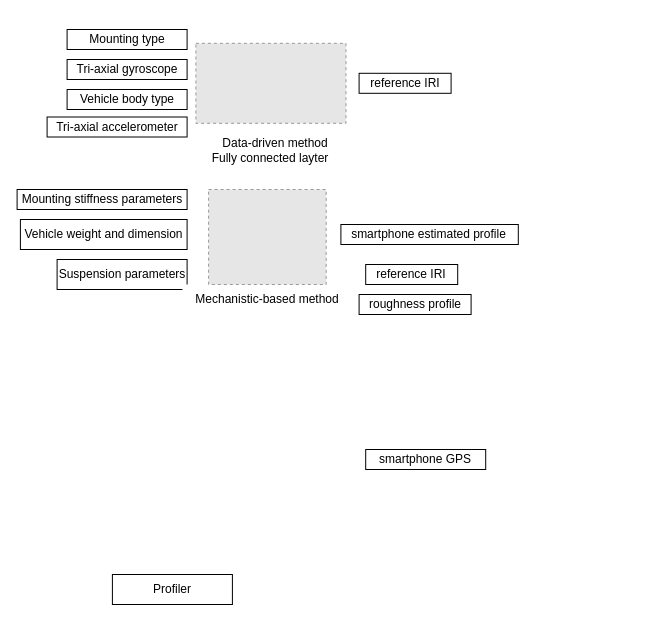
Before: page "Page-2" (2 of 3) of Untitled Diagram.drawio in qyu38/DL-paper, a draw.io diagram. Source tidied: cells renumbered, new cells numbered last; positions are measured from the earlier drawing's top-left corner, leaving out a move shared by most shapes. Both pictures are drawn from the tidied source at 100%, with x=0, y=0 at pixel (17, 29). Pictures stored in the file or linked from it are replaced by grey dashed boxes.
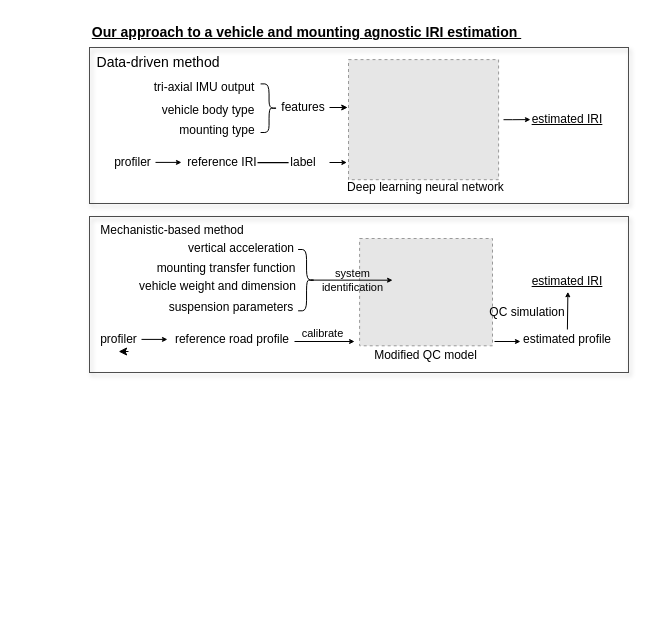
The same diagram, later.

Change to the diagram source:
```diff
@@
-<mxGraphModel>
+<mxGraphModel background="#ffffff">
@@
+    <mxCell id="20" style="rounded=0;whiteSpace=wrap;html=1;strokeColor=#4D4D4D;fillColor=none;shadow=1;" parent="1" vertex="1">
+      <mxGeometry x="72" y="18" width="539" height="156" as="geometry" />
+    </mxCell>
+    <mxCell id="14" style="fillColor=#E6E6E6;strokeColor=#999999;dashed=1;verticalLabelPosition=bottom;labelBackgroundColor=default;verticalAlign=top;fontColor=#000000;" parent="1" vertex="1">
+      <mxGeometry x="331" y="30.1" width="150.1" height="120.1" as="geometry" />
+    </mxCell>
+    <mxCell id="21" style="rounded=0;whiteSpace=wrap;html=1;fillColor=#FFFFFF;strokeColor=none;" parent="1" vertex="1">
+      <mxGeometry x="483" y="60.2" width="120" height="60" as="geometry" />
+    </mxCell>
+    <mxCell id="22" style="edgeStyle=orthogonalEdgeStyle;rounded=0;jettySize=auto;html=1;exitX=1;exitY=0.5;exitDx=0;exitDy=0;endArrow=none;endFill=0;strokeColor=#000000;startArrow=none;startFill=0;strokeWidth=1.25;" parent="1" edge="1" source="2" target="31">
+      <mxGeometry relative="1" as="geometry" />
+    </mxCell>
-    <mxCell id="2" value="reference IRI" style="rounded=0;whiteSpace=wrap;html=1;" parent="1" vertex="1">
-      <mxGeometry x="341.6" y="43.8" width="92" height="20" as="geometry" />
+    <mxCell id="2" value="reference IRI" style="rounded=0;whiteSpace=wrap;html=1;strokeColor=none;fillColor=none;fontColor=#000000;" parent="1" vertex="1">
+      <mxGeometry x="159.1" y="123" width="92" height="20" as="geometry" />
     </mxCell>
-    <mxCell id="3" value="Tri-axial accelerometer" style="rounded=0;whiteSpace=wrap;html=1;" parent="1" vertex="1">
-      <mxGeometry x="29.6" y="87.5" width="140" height="20" as="geometry" />
+    <mxCell id="3" value="tri-axial IMU output" style="rounded=0;whiteSpace=wrap;html=1;strokeColor=none;fillColor=none;fontColor=#000000;" parent="1" vertex="1">
+      <mxGeometry x="117" y="48" width="140" height="20" as="geometry" />
     </mxCell>
-    <mxCell id="4" value="Tri-axial gyroscope" style="rounded=0;whiteSpace=wrap;html=1;" parent="1" vertex="1">
-      <mxGeometry x="49.6" y="30" width="120" height="20" as="geometry" />
-    </mxCell>
+    <mxCell id="23" style="edgeStyle=orthogonalEdgeStyle;rounded=0;jettySize=auto;html=1;exitX=0.5;exitY=0;exitDx=0;exitDy=0;strokeColor=#000000;endSize=3;" parent="1" edge="1" source="5">
+      <mxGeometry relative="1" as="geometry">
+        <mxPoint x="550.4" y="262.3" as="targetPoint" />
+      </mxGeometry>
+    </mxCell>
-    <mxCell id="5" value="smartphone estimated profile" style="rounded=0;whiteSpace=wrap;html=1;" parent="1" vertex="1">
-      <mxGeometry x="323.4" y="195" width="177.4" height="20" as="geometry" />
+    <mxCell id="5" value="estimated profile" style="rounded=0;whiteSpace=wrap;html=1;labelBackgroundColor=none;fillColor=none;strokeColor=none;fontColor=#000000;" parent="1" vertex="1">
+      <mxGeometry x="496.8" y="300" width="106.2" height="20" as="geometry" />
     </mxCell>
-    <mxCell id="6" value="Vehicle body type" style="rounded=0;whiteSpace=wrap;html=1;" parent="1" vertex="1">
-      <mxGeometry x="49.6" y="60" width="120" height="20" as="geometry" />
+    <mxCell id="6" value="vehicle body type" style="rounded=0;whiteSpace=wrap;html=1;strokeColor=none;fillColor=none;fontColor=#000000;" parent="1" vertex="1">
+      <mxGeometry x="131.1" y="71" width="120" height="20" as="geometry" />
     </mxCell>
-    <mxCell id="7" value="Vehicle weight and dimension" style="rounded=0;whiteSpace=wrap;html=1;" parent="1" vertex="1">
-      <mxGeometry x="2.9" y="190" width="166.7" height="30" as="geometry" />
+    <mxCell id="7" value="vehicle weight and dimension" style="rounded=0;whiteSpace=wrap;html=1;fillColor=none;strokeColor=none;fontColor=#000000;" parent="1" vertex="1">
+      <mxGeometry x="116.7" y="242" width="166.7" height="30" as="geometry" />
     </mxCell>
-    <mxCell id="8" value="Suspension parameters" style="rounded=0;whiteSpace=wrap;html=1;" parent="1" vertex="1">
-      <mxGeometry x="39.6" y="230" width="130" height="30" as="geometry" />
+    <mxCell id="8" value="suspension parameters" style="rounded=0;whiteSpace=wrap;html=1;fillColor=none;strokeColor=none;fontColor=#000000;" parent="1" vertex="1">
+      <mxGeometry x="149" y="262.5" width="130" height="30" as="geometry" />
     </mxCell>
-    <mxCell id="9" value="Mounting type" style="rounded=0;whiteSpace=wrap;html=1;" parent="1" vertex="1">
-      <mxGeometry x="49.6" width="120" height="20" as="geometry" />
+    <mxCell id="9" value="mounting type" style="rounded=0;whiteSpace=wrap;html=1;strokeColor=none;fillColor=none;fontColor=#000000;" parent="1" vertex="1">
+      <mxGeometry x="140" y="91" width="120" height="20" as="geometry" />
     </mxCell>
-    <mxCell id="10" value="Profiler" style="rounded=0;whiteSpace=wrap;html=1;" parent="1" vertex="1">
-      <mxGeometry x="94.9" y="545" width="120" height="30" as="geometry" />
-    </mxCell>
-    <mxCell id="11" value="roughness profile" style="rounded=0;whiteSpace=wrap;html=1;" parent="1" vertex="1">
-      <mxGeometry x="341.6" y="265" width="112" height="20" as="geometry" />
-    </mxCell>
-    <mxCell id="12" value="Data-driven method" style="rounded=0;whiteSpace=wrap;html=1;strokeColor=none;" parent="1" vertex="1">
-      <mxGeometry x="193.4" y="98.8" width="130" height="30" as="geometry" />
+    <mxCell id="12" value="&lt;font style=&quot;font-size: 14px;&quot;&gt;Data-driven method&lt;/font&gt;" style="rounded=0;whiteSpace=wrap;html=1;strokeColor=none;fillColor=none;fontColor=#000000;" parent="1" vertex="1">
+      <mxGeometry x="76" y="18" width="130" height="30" as="geometry" />
     </mxCell>
-    <mxCell id="13" value="Mechanistic-based method" style="rounded=0;whiteSpace=wrap;html=1;strokeColor=none;" parent="1" vertex="1">
-      <mxGeometry x="164.9" y="255" width="170" height="30" as="geometry" />
+    <mxCell id="13" value="Mechanistic-based method" style="rounded=0;whiteSpace=wrap;html=1;labelBackgroundColor=none;fillColor=none;strokeColor=none;fontColor=#000000;" parent="1" vertex="1">
+      <mxGeometry x="70" y="186" width="170" height="30" as="geometry" />
     </mxCell>
-    <mxCell id="14" style="fillColor=#E6E6E6;strokeColor=#999999;dashed=1;verticalLabelPosition=bottom;labelBackgroundColor=default;verticalAlign=top;fontColor=#E3E3E3;" parent="1" vertex="1">
-      <mxGeometry x="178.4" y="13.8" width="150.1" height="80" as="geometry" />
-    </mxCell>
-    <mxCell id="15" value="Mounting stiffness parameters" style="rounded=0;whiteSpace=wrap;html=1;" parent="1" vertex="1">
-      <mxGeometry x="-0.4" y="160" width="170" height="20" as="geometry" />
+    <mxCell id="15" value="mounting transfer function" style="rounded=0;whiteSpace=wrap;html=1;fillColor=none;strokeColor=none;fontColor=#000000;" parent="1" vertex="1">
+      <mxGeometry x="123.9" y="229" width="170" height="20" as="geometry" />
     </mxCell>
+    <mxCell id="24" style="edgeStyle=orthogonalEdgeStyle;rounded=0;jettySize=auto;html=1;fontColor=default;strokeColor=none;labelBackgroundColor=none;" parent="1" edge="1" source="16">
+      <mxGeometry relative="1" as="geometry">
+        <mxPoint x="350" y="247" as="targetPoint" />
+      </mxGeometry>
+    </mxCell>
-    <mxCell id="16" style="fillColor=#E6E6E6;strokeColor=#999999;dashed=1;verticalLabelPosition=bottom;labelBackgroundColor=default;verticalAlign=top;" parent="1" vertex="1">
-      <mxGeometry x="191.1" y="160" width="117.6" height="95" as="geometry" />
+    <mxCell id="16" style="fillColor=#E6E6E6;strokeColor=#999999;dashed=1;verticalLabelPosition=bottom;labelBackgroundColor=none;verticalAlign=top;fontColor=default;" parent="1" vertex="1">
+      <mxGeometry x="342.1" y="209" width="132.9" height="107.3" as="geometry" />
     </mxCell>
-    <mxCell id="17" value="Fully connected layter" style="rounded=0;whiteSpace=wrap;html=1;strokeColor=none;" parent="1" vertex="1">
-      <mxGeometry x="193.4" y="118.8" width="120" height="20" as="geometry" />
-    </mxCell>
-    <mxCell id="18" value="reference IRI" style="rounded=0;whiteSpace=wrap;html=1;" parent="1" vertex="1">
-      <mxGeometry x="348.2" y="235" width="92" height="20" as="geometry" />
-    </mxCell>
-    <mxCell id="19" value="smartphone GPS" style="rounded=0;whiteSpace=wrap;html=1;" parent="1" vertex="1">
-      <mxGeometry x="348.2" y="420" width="120" height="20" as="geometry" />
-    </mxCell>
+    <mxCell id="25" style="edgeStyle=orthogonalEdgeStyle;rounded=0;jettySize=auto;html=1;exitX=0.5;exitY=0;exitDx=0;exitDy=0;fontColor=default;strokeColor=none;labelBackgroundColor=none;" parent="1" edge="1" source="44">
+      <mxGeometry relative="1" as="geometry">
+        <mxPoint x="533" y="275" as="targetPoint" />
+      </mxGeometry>
+    </mxCell>
+    <mxCell id="26" value="&lt;b&gt;&lt;font style=&quot;font-size: 14px;&quot; color=&quot;#000000&quot;&gt;&lt;u&gt;Our approach to a vehicle and mounting agnostic IRI estimation&amp;nbsp;&lt;/u&gt;&lt;/font&gt;&lt;/b&gt;" style="rounded=0;whiteSpace=wrap;html=1;strokeColor=none;fillColor=none;" parent="1" vertex="1">
+      <mxGeometry x="64.6" y="-12" width="449" height="30" as="geometry" />
+    </mxCell>
+    <mxCell id="27" style="shape=curlyBracket;whiteSpace=wrap;html=1;rounded=1;flipH=1;labelPosition=right;verticalLabelPosition=middle;align=left;verticalAlign=middle;fontColor=#000000;strokeColor=#000000;" parent="1" vertex="1">
+      <mxGeometry x="243.1" y="54.4" width="16.9" height="48.6" as="geometry" />
+    </mxCell>
+    <mxCell id="28" style="edgeStyle=orthogonalEdgeStyle;rounded=0;jettySize=auto;html=1;exitX=1;exitY=0.5;exitDx=0;exitDy=0;entryX=-0.005;entryY=0.404;entryDx=0;entryDy=0;entryPerimeter=0;strokeColor=#000000;endSize=4;" parent="1" edge="1" source="29" target="14">
+      <mxGeometry relative="1" as="geometry" />
+    </mxCell>
+    <mxCell id="29" value="features" style="rounded=0;whiteSpace=wrap;html=1;strokeColor=none;fillColor=none;fontColor=#000000;" parent="1" vertex="1">
+      <mxGeometry x="260" y="68" width="52" height="20" as="geometry" />
+    </mxCell>
+    <mxCell id="30" style="edgeStyle=orthogonalEdgeStyle;rounded=0;jettySize=auto;html=1;exitX=1;exitY=0.5;exitDx=0;exitDy=0;strokeColor=#000000;endSize=3;" parent="1" edge="1" source="31">
+      <mxGeometry relative="1" as="geometry">
+        <mxPoint x="329.4" y="133" as="targetPoint" />
+      </mxGeometry>
+    </mxCell>
+    <mxCell id="31" value="label" style="rounded=0;whiteSpace=wrap;html=1;strokeColor=none;fillColor=none;fontColor=#000000;" parent="1" vertex="1">
+      <mxGeometry x="260" y="123" width="52" height="20" as="geometry" />
+    </mxCell>
+    <mxCell id="32" value="reference road profile" style="rounded=0;whiteSpace=wrap;html=1;strokeColor=none;fillColor=none;fontColor=#000000;" parent="1" vertex="1">
+      <mxGeometry x="153.9" y="300" width="122.1" height="20" as="geometry" />
+    </mxCell>
+    <mxCell id="33" style="shape=curlyBracket;whiteSpace=wrap;html=1;rounded=1;flipH=1;labelPosition=right;verticalLabelPosition=middle;align=left;verticalAlign=middle;fontColor=#000000;strokeColor=#000000;" parent="1" vertex="1">
+      <mxGeometry x="280.6" y="220" width="16.9" height="61.3" as="geometry" />
+    </mxCell>
+    <mxCell id="34" value="Deep learning neural network" style="rounded=0;whiteSpace=wrap;html=1;fontColor=#000000;strokeColor=none;labelBackgroundColor=none;fillColor=none;" parent="1" vertex="1">
+      <mxGeometry x="324" y="148" width="169" height="20" as="geometry" />
+    </mxCell>
+    <mxCell id="35" value="Modified QC model" style="rounded=0;whiteSpace=wrap;html=1;fontColor=#000000;strokeColor=none;labelBackgroundColor=none;fillColor=none;" parent="1" vertex="1">
+      <mxGeometry x="324" y="316.4" width="169" height="20" as="geometry" />
+    </mxCell>
+    <mxCell id="36" value="estimated IRI" style="rounded=0;whiteSpace=wrap;html=1;labelBackgroundColor=none;fillColor=none;strokeColor=none;fontColor=#000000;fontStyle=4;" parent="1" vertex="1">
+      <mxGeometry x="497" y="242" width="106.2" height="20" as="geometry" />
+    </mxCell>
+    <mxCell id="37" style="endArrow=classic;html=1;rounded=0;strokeColor=#000000;endSize=3;" parent="1" edge="1">
+      <mxGeometry relative="1" as="geometry">
+        <mxPoint x="293.1" y="250.6" as="sourcePoint" />
+        <mxPoint x="375.1" y="250.7" as="targetPoint" />
+      </mxGeometry>
+    </mxCell>
+    <mxCell id="38" value="system &lt;br&gt;identification" style="edgeLabel;html=1;align=center;verticalAlign=middle;labelBackgroundColor=none;fontColor=#000000;" parent="37" vertex="1">
+      <mxGeometry relative="1" as="geometry" />
+    </mxCell>
+    <mxCell id="39" style="edgeStyle=orthogonalEdgeStyle;rounded=0;orthogonalLoop=1;jettySize=auto;html=1;strokeColor=#000000;endSize=3;" parent="1" edge="1">
+      <mxGeometry relative="1" as="geometry">
+        <mxPoint x="486" y="90.2" as="sourcePoint" />
+        <mxPoint x="513" y="90.1" as="targetPoint" />
+        <Array as="points">
+          <mxPoint x="495" y="90.1" />
+          <mxPoint x="495" y="90.1" />
+        </Array>
+      </mxGeometry>
+    </mxCell>
+    <mxCell id="40" style="endArrow=classic;html=1;rounded=0;strokeColor=#000000;endSize=3;" parent="1" edge="1">
+      <mxGeometry relative="1" as="geometry">
+        <mxPoint x="277" y="312" as="sourcePoint" />
+        <mxPoint x="337.1" y="312" as="targetPoint" />
+      </mxGeometry>
+    </mxCell>
+    <mxCell id="41" value="calibrate" style="edgeLabel;html=1;align=center;verticalAlign=middle;labelBackgroundColor=none;fontColor=#000000;" parent="40" vertex="1">
+      <mxGeometry relative="1" as="geometry">
+        <mxPoint x="-3" y="-9" as="offset" />
+      </mxGeometry>
+    </mxCell>
+    <mxCell id="42" style="endArrow=classic;html=1;rounded=0;strokeColor=#000000;endSize=3;" parent="1" edge="1">
+      <mxGeometry relative="1" as="geometry">
+        <mxPoint x="477" y="312" as="sourcePoint" />
+        <mxPoint x="503" y="312" as="targetPoint" />
+      </mxGeometry>
+    </mxCell>
+    <mxCell id="43" style="edgeStyle=orthogonalEdgeStyle;rounded=0;jettySize=auto;html=1;exitX=0.5;exitY=0;exitDx=0;exitDy=0;fontColor=default;strokeColor=none;labelBackgroundColor=none;" parent="1" edge="1" target="44">
+      <mxGeometry relative="1" as="geometry">
+        <mxPoint x="350" y="247" as="sourcePoint" />
+      </mxGeometry>
+    </mxCell>
+    <mxCell id="44" value="QC simulation" style="rounded=0;whiteSpace=wrap;html=1;labelBackgroundColor=none;fillColor=none;strokeColor=none;fontColor=#000000;" parent="1" vertex="1">
+      <mxGeometry x="457" y="272.5" width="106.2" height="20" as="geometry" />
+    </mxCell>
+    <mxCell id="45" value="&lt;u&gt;estimated IRI&lt;/u&gt;" style="rounded=0;whiteSpace=wrap;html=1;labelBackgroundColor=none;fillColor=none;strokeColor=none;fontColor=#000000;" parent="1" vertex="1">
+      <mxGeometry x="496.8" y="80.2" width="106.2" height="20" as="geometry" />
+    </mxCell>
+    <mxCell id="46" style="edgeStyle=orthogonalEdgeStyle;rounded=0;orthogonalLoop=1;jettySize=auto;html=1;exitX=0.5;exitY=1;exitDx=0;exitDy=0;" parent="1" edge="1" source="12" target="12">
+      <mxGeometry relative="1" as="geometry" />
+    </mxCell>
+    <mxCell id="47" value="vertical acceleration" style="rounded=0;whiteSpace=wrap;html=1;strokeColor=none;fillColor=none;fontColor=#000000;" parent="1" vertex="1">
+      <mxGeometry x="153.9" y="209" width="140" height="20" as="geometry" />
+    </mxCell>
+    <mxCell id="48" style="edgeStyle=orthogonalEdgeStyle;rounded=0;orthogonalLoop=1;jettySize=auto;html=1;exitX=0.5;exitY=1;exitDx=0;exitDy=0;entryX=0.25;entryY=1;entryDx=0;entryDy=0;" parent="1" edge="1">
+      <mxGeometry relative="1" as="geometry">
+        <mxPoint x="111" y="322" as="sourcePoint" />
+        <mxPoint x="101.1" y="322" as="targetPoint" />
+      </mxGeometry>
+    </mxCell>
+    <mxCell id="49" value="profiler" style="rounded=0;whiteSpace=wrap;html=1;strokeColor=none;fillColor=none;fontColor=#000000;" parent="1" vertex="1">
+      <mxGeometry x="86" y="123" width="59" height="20" as="geometry" />
+    </mxCell>
+    <mxCell id="50" style="endArrow=classic;html=1;rounded=0;strokeColor=#000000;endSize=3;" parent="1" edge="1">
+      <mxGeometry relative="1" as="geometry">
+        <mxPoint x="138" y="132.9" as="sourcePoint" />
+        <mxPoint x="164" y="132.9" as="targetPoint" />
+      </mxGeometry>
+    </mxCell>
+    <mxCell id="51" value="profiler" style="rounded=0;whiteSpace=wrap;html=1;strokeColor=none;fillColor=none;fontColor=#000000;" parent="1" vertex="1">
+      <mxGeometry x="72" y="300" width="59" height="20" as="geometry" />
+    </mxCell>
+    <mxCell id="52" style="endArrow=classic;html=1;rounded=0;strokeColor=#000000;endSize=3;" parent="1" edge="1">
+      <mxGeometry relative="1" as="geometry">
+        <mxPoint x="124" y="309.9" as="sourcePoint" />
+        <mxPoint x="150" y="309.9" as="targetPoint" />
+      </mxGeometry>
+    </mxCell>
+    <mxCell id="53" style="rounded=0;whiteSpace=wrap;html=1;strokeColor=#4D4D4D;fillColor=none;shadow=1;" parent="1" vertex="1">
+      <mxGeometry x="72" y="187" width="539" height="156" as="geometry" />
+    </mxCell>
```
